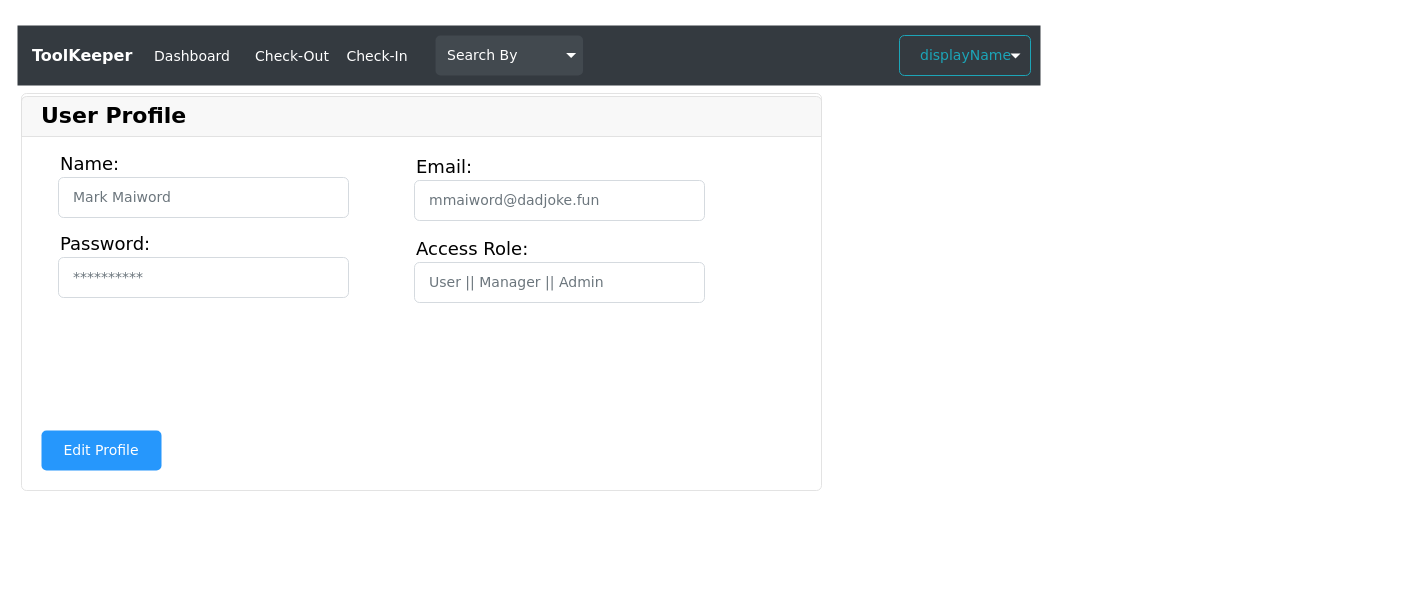
Earlier version of the draw.io diagram page "Profile" (8 of 10) of initialDesign.drawio (DaveLuhman/toolkeeper). Source tidied: cells renumbered, new cells numbered last; positions are measured from the earlier drawing's top-left corner, leaving out a move shared by most shapes. Both pictures are drawn from the tidied source at 100%, with x=0, y=0 at pixel (17, 25). Pictures stored in the file or linked from it are replaced by grey dashed boxes.
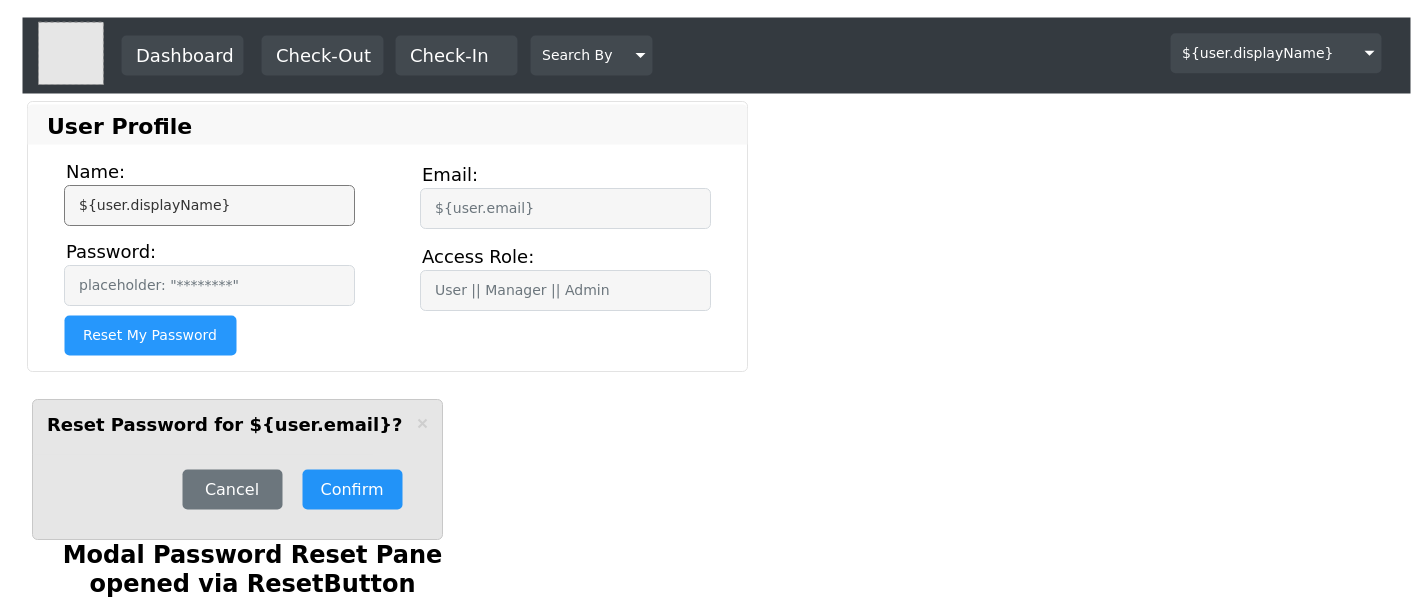
The same page after the edit.

The edit, as a diff of the source:
```diff
@@
-    <mxCell id="2" value="&lt;b&gt;ToolKeeper&lt;/b&gt;" style="html=1;shadow=0;dashed=0;fillColor=#343A40;strokeColor=none;fontSize=16;fontColor=#ffffff;align=left;spacing=15;fontFamily=Verdana;" parent="1" vertex="1">
-      <mxGeometry width="1023" height="60" as="geometry" />
-    </mxCell>
-    <mxCell id="3" value="Dashboard" style="fillColor=none;strokeColor=none;fontSize=14;fontColor=#ffffff;align=center;fontFamily=Verdana;" parent="2" vertex="1">
-      <mxGeometry width="70" height="40" relative="1" as="geometry">
-        <mxPoint x="140" y="10" as="offset" />
-      </mxGeometry>
-    </mxCell>
-    <mxCell id="4" value="Check-Out" style="fillColor=none;strokeColor=none;fontSize=14;fontColor=#ffffff;align=center;fontFamily=Verdana;" parent="2" vertex="1">
-      <mxGeometry width="70" height="40" relative="1" as="geometry">
-        <mxPoint x="240" y="10" as="offset" />
-      </mxGeometry>
-    </mxCell>
-    <mxCell id="5" value="Check-In" style="fillColor=none;strokeColor=none;fontSize=14;fontColor=#ffffff;align=center;spacingRight=0;fontFamily=Verdana;" parent="2" vertex="1">
-      <mxGeometry width="80" height="40" relative="1" as="geometry">
-        <mxPoint x="320" y="10" as="offset" />
-      </mxGeometry>
-    </mxCell>
-    <mxCell id="6" value="displayName" style="html=1;shadow=0;dashed=0;shape=mxgraph.bootstrap.rrect;rSize=5;fontSize=14;fontColor=#1CA5B8;strokeColor=#1CA5B8;fillColor=none;align=center;fontFamily=Verdana;" parent="2" vertex="1">
-      <mxGeometry x="1" width="131" height="40" relative="1" as="geometry">
-        <mxPoint x="-141" y="10" as="offset" />
-      </mxGeometry>
-    </mxCell>
-    <mxCell id="7" style="shape=triangle;direction=south;fillColor=#ffffff;strokeColor=none;perimeter=none;fontFamily=Verdana;" parent="2" vertex="1">
-      <mxGeometry x="1" y="0.5" width="10" height="5" relative="1" as="geometry">
-        <mxPoint x="-30" y="-2" as="offset" />
-      </mxGeometry>
-    </mxCell>
-    <mxCell id="8" value="Search By" style="html=1;shadow=0;dashed=0;shape=mxgraph.bootstrap.rrect;rSize=5;strokeColor=none;strokeWidth=1;fillColor=#6C767D;fontColor=#ffffff;whiteSpace=wrap;align=left;verticalAlign=middle;fontStyle=0;fontSize=14;spacingLeft=10;opacity=25;fontFamily=Verdana;" parent="2" vertex="1">
-      <mxGeometry x="418" y="10" width="147.6" height="40" as="geometry" />
-    </mxCell>
-    <mxCell id="9" style="shape=triangle;direction=south;fillColor=#ffffff;strokeColor=none;perimeter=none;fontFamily=Verdana;" parent="8" vertex="1">
-      <mxGeometry x="1" y="0.5" width="10" height="5" relative="1" as="geometry">
-        <mxPoint x="-17" y="-2.5" as="offset" />
-      </mxGeometry>
-    </mxCell>
+    <mxCell id="25" style="group;" parent="1" vertex="1">
+      <mxGeometry x="10" y="76" width="720" height="270" as="geometry" />
+    </mxCell>
-    <mxCell id="10" style="html=1;shadow=0;dashed=0;shape=mxgraph.bootstrap.rrect;rSize=5;strokeColor=#DFDFDF;html=1;whiteSpace=wrap;fillColor=#FFFFFF;fontColor=#000000;comic=0;sketch=0;fontFamily=Verdana;fontSize=18;opacity=85;" parent="1" vertex="1">
-      <mxGeometry x="4" y="68" width="800" height="397" as="geometry" />
+    <mxCell id="10" style="html=1;shadow=0;dashed=0;shape=mxgraph.bootstrap.rrect;rSize=5;strokeColor=#DFDFDF;html=1;whiteSpace=wrap;fillColor=#FFFFFF;fontColor=#000000;comic=0;sketch=0;fontFamily=Verdana;fontSize=18;opacity=85;" parent="25" vertex="1">
+      <mxGeometry width="720" height="270" as="geometry" />
     </mxCell>
-    <mxCell id="11" value="&lt;b&gt;&lt;font style=&quot;font-size: 22px&quot;&gt;User Profile&lt;/font&gt;&lt;/b&gt;" style="html=1;shadow=0;dashed=0;shape=mxgraph.bootstrap.topButton;strokeColor=inherit;fillColor=#F7F7F7;rSize=5;perimeter=none;whiteSpace=wrap;align=left;spacing=20;fontSize=14;comic=0;sketch=0;fontFamily=Verdana;fontColor=#000000;opacity=85;" parent="10" vertex="1">
-      <mxGeometry width="800" height="40" relative="1" as="geometry">
+    <mxCell id="11" value="&lt;b&gt;&lt;font style=&quot;font-size: 22px&quot;&gt;User Profile&lt;/font&gt;&lt;/b&gt;" style="html=1;shadow=0;dashed=0;shape=mxgraph.bootstrap.topButton;strokeColor=inherit;fillColor=#F7F7F7;rSize=5;perimeter=none;whiteSpace=wrap;align=left;spacing=20;fontSize=14;comic=0;sketch=0;fontFamily=Verdana;fontColor=#000000;opacity=85;" parent="25" vertex="1">
+      <mxGeometry y="3" width="720" height="40" as="geometry">
         <mxPoint y="3" as="offset" />
       </mxGeometry>
     </mxCell>
-    <mxCell id="12" value="Edit Profile" style="html=1;shadow=0;dashed=0;shape=mxgraph.bootstrap.rrect;rSize=5;perimeter=none;whiteSpace=wrap;fillColor=#0085FC;strokeColor=none;fontColor=#ffffff;fontSize=14;comic=0;sketch=0;fontFamily=Verdana;opacity=85;" parent="10" vertex="1">
-      <mxGeometry y="1" width="120" height="40" relative="1" as="geometry">
-        <mxPoint x="20" y="-60" as="offset" />
-      </mxGeometry>
-    </mxCell>
-    <mxCell id="13" style="group;" parent="10" vertex="1">
+    <mxCell id="13" style="group;" parent="25" vertex="1">
       <mxGeometry x="37" y="54" width="290" height="70" as="geometry" />
     </mxCell>
@@
-    <mxCell id="15" value="Mark Maiword" style="html=1;shadow=0;dashed=0;shape=mxgraph.bootstrap.rrect;rSize=5;fillColor=#ffffff;strokeColor=#CED4DA;align=left;spacing=15;fontSize=14;fontColor=#6C767D;comic=0;sketch=0;fontFamily=Verdana;opacity=85;" parent="13" vertex="1">
+    <mxCell id="15" value="${user.displayName}" style="html=1;shadow=0;dashed=0;shape=mxgraph.bootstrap.rrect;rSize=5;fillColor=#f5f5f5;strokeColor=#666666;align=left;spacing=15;fontSize=14;fontColor=#333333;comic=0;sketch=0;fontFamily=Verdana;opacity=85;" parent="13" vertex="1">
       <mxGeometry y="30" width="290" height="40" as="geometry" />
     </mxCell>
-    <mxCell id="16" style="group;" parent="10" vertex="1">
+    <mxCell id="16" style="group;" parent="25" vertex="1">
       <mxGeometry x="393" y="57" width="290" height="70" as="geometry" />
     </mxCell>
@@
-    <mxCell id="18" value="mmaiword@dadjoke.fun" style="html=1;shadow=0;dashed=0;shape=mxgraph.bootstrap.rrect;rSize=5;fillColor=#ffffff;strokeColor=#CED4DA;align=left;spacing=15;fontSize=14;fontColor=#6C767D;comic=0;sketch=0;fontFamily=Verdana;opacity=85;" parent="16" vertex="1">
+    <mxCell id="18" value="${user.email}" style="html=1;shadow=0;dashed=0;shape=mxgraph.bootstrap.rrect;rSize=5;fillColor=#F5F5F5;strokeColor=#CED4DA;align=left;spacing=15;fontSize=14;fontColor=#6C767D;comic=0;sketch=0;fontFamily=Verdana;opacity=85;" parent="16" vertex="1">
       <mxGeometry y="30" width="290" height="40" as="geometry" />
     </mxCell>
-    <mxCell id="19" style="group;" parent="10" vertex="1">
+    <mxCell id="19" style="group;" parent="25" vertex="1">
       <mxGeometry x="37" y="134" width="290" height="70" as="geometry" />
     </mxCell>
@@
-    <mxCell id="21" value="**********" style="html=1;shadow=0;dashed=0;shape=mxgraph.bootstrap.rrect;rSize=5;fillColor=#ffffff;strokeColor=#CED4DA;align=left;spacing=15;fontSize=14;fontColor=#6C767D;comic=0;sketch=0;fontFamily=Verdana;opacity=85;" parent="19" vertex="1">
+    <mxCell id="21" value="placeholder: &quot;********&quot;" style="html=1;shadow=0;dashed=0;shape=mxgraph.bootstrap.rrect;rSize=5;fillColor=#F5F5F5;strokeColor=#CED4DA;align=left;spacing=15;fontSize=14;fontColor=#6C767D;comic=0;sketch=0;fontFamily=Verdana;opacity=85;" parent="19" vertex="1">
       <mxGeometry y="30" width="290" height="40" as="geometry" />
     </mxCell>
-    <mxCell id="22" style="group;" parent="10" vertex="1">
+    <mxCell id="22" style="group;" parent="25" vertex="1">
       <mxGeometry x="393" y="139" width="290" height="70" as="geometry" />
     </mxCell>
@@
-    <mxCell id="24" value="User || Manager || Admin" style="html=1;shadow=0;dashed=0;shape=mxgraph.bootstrap.rrect;rSize=5;fillColor=#ffffff;strokeColor=#CED4DA;align=left;spacing=15;fontSize=14;fontColor=#6C767D;comic=0;sketch=0;fontFamily=Verdana;opacity=85;" parent="22" vertex="1">
+    <mxCell id="24" value="User || Manager || Admin" style="html=1;shadow=0;dashed=0;shape=mxgraph.bootstrap.rrect;rSize=5;fillColor=#F5F5F5;strokeColor=#CED4DA;align=left;spacing=15;fontSize=14;fontColor=#6C767D;comic=0;sketch=0;fontFamily=Verdana;opacity=85;" parent="22" vertex="1">
       <mxGeometry y="30" width="290" height="40" as="geometry" />
     </mxCell>
+    <mxCell id="26" value="Reset My Password" style="html=1;shadow=0;dashed=0;shape=mxgraph.bootstrap.rrect;rSize=5;perimeter=none;whiteSpace=wrap;fillColor=#0085FC;strokeColor=none;fontColor=#ffffff;fontSize=14;comic=0;sketch=0;fontFamily=Verdana;opacity=85;" parent="25" vertex="1">
+      <mxGeometry x="37" y="214" width="172" height="40" as="geometry" />
+    </mxCell>
+    <mxCell id="27" value="&lt;span&gt;Reset Password for ${user.email}?&lt;/span&gt;" style="html=1;shadow=0;dashed=0;shape=mxgraph.bootstrap.rrect;rSize=5;html=1;strokeColor=#C8C8C8;fillColor=#E6E6E6;whiteSpace=wrap;verticalAlign=top;align=left;fontSize=18;spacing=15;spacingTop=-5;fontColor=#000000;fontStyle=1;fontFamily=Verdana;" parent="1" vertex="1">
+      <mxGeometry x="15" y="374" width="410" height="140" as="geometry" />
+    </mxCell>
+    <mxCell id="28" style="shape=line;strokeColor=#dddddd;fontColor=#000000;opacity=25;fontFamily=Verdana;" parent="27" vertex="1">
+      <mxGeometry width="339.84" height="10" relative="1" as="geometry">
+        <mxPoint y="50" as="offset" />
+      </mxGeometry>
+    </mxCell>
+    <mxCell id="29" style="html=1;shadow=0;dashed=0;shape=mxgraph.bootstrap.x;strokeColor=#868686;strokeWidth=2;fontColor=#000000;opacity=25;fontFamily=Verdana;" parent="27" vertex="1">
+      <mxGeometry x="1" width="8" height="8" relative="1" as="geometry">
+        <mxPoint x="-24" y="20" as="offset" />
+      </mxGeometry>
+    </mxCell>
+    <mxCell id="30" value="&lt;font style=&quot;font-size: 16px&quot;&gt;Confirm&lt;/font&gt;" style="html=1;shadow=0;dashed=0;shape=mxgraph.bootstrap.rrect;rSize=5;perimeter=none;whiteSpace=wrap;fillColor=#0085FC;strokeColor=none;fontColor=#ffffff;fontSize=14;comic=0;sketch=0;fontFamily=Verdana;opacity=85;" parent="27" vertex="1">
+      <mxGeometry x="270" y="70" width="100" height="40" as="geometry" />
+    </mxCell>
+    <mxCell id="31" value="Cancel" style="html=1;shadow=0;dashed=0;shape=mxgraph.bootstrap.rrect;rSize=5;strokeColor=none;strokeWidth=1;fillColor=#6C767D;fontColor=#FFFFFF;whiteSpace=wrap;align=center;verticalAlign=middle;spacingLeft=0;fontStyle=0;fontSize=16;spacing=5;labelBackgroundColor=none;comic=0;sketch=0;fontFamily=Verdana;" parent="27" vertex="1">
+      <mxGeometry x="150" y="70" width="100" height="40" as="geometry" />
+    </mxCell>
+    <mxCell id="32" value="&lt;font color=&quot;#000000&quot;&gt;Modal Password Reset Pane&lt;br&gt;opened via ResetButton&lt;br&gt;&lt;/font&gt;" style="text;strokeColor=none;fillColor=none;html=1;fontSize=24;fontStyle=1;verticalAlign=middle;align=center;fontColor=#B3B3B3;opacity=10;fontFamily=Verdana;" parent="1" vertex="1">
+      <mxGeometry x="185" y="524" width="100" height="40" as="geometry" />
+    </mxCell>
+    <mxCell id="33" style="group;" parent="1" vertex="1">
+      <mxGeometry x="5" y="-8" width="1388" height="76" as="geometry" />
+    </mxCell>
+    <mxCell id="34" style="html=1;shadow=0;dashed=0;fillColor=#343A40;strokeColor=none;fontSize=16;fontColor=#ffffff;align=left;spacing=15;fontFamily=Verdana;" parent="33" vertex="1">
+      <mxGeometry width="1388" height="76" as="geometry" />
+    </mxCell>
+    <mxCell id="8" value="Search By" style="html=1;shadow=0;dashed=0;shape=mxgraph.bootstrap.rrect;rSize=5;strokeColor=none;strokeWidth=1;fillColor=#6C767D;fontColor=#ffffff;whiteSpace=wrap;align=left;verticalAlign=middle;fontStyle=0;fontSize=14;spacingLeft=10;opacity=25;fontFamily=Verdana;" parent="33" vertex="1">
+      <mxGeometry x="508" y="18" width="122" height="40" as="geometry" />
+    </mxCell>
+    <mxCell id="35" style="shape=triangle;direction=south;fillColor=#ffffff;strokeColor=none;perimeter=none;fontFamily=Verdana;" parent="8" vertex="1">
+      <mxGeometry x="1" y="0.5" width="10" height="5" relative="1" as="geometry">
+        <mxPoint x="-17" y="-2.5" as="offset" />
+      </mxGeometry>
+    </mxCell>
+    <mxCell id="36" style="fillColor=#E6E6E6;strokeColor=#999999;dashed=1;verticalLabelPosition=bottom;labelBackgroundColor=#ffffff;verticalAlign=top;" parent="33" vertex="1">
+      <mxGeometry x="16" y="4.7" width="64.9" height="62.3" as="geometry" />
+    </mxCell>
+    <mxCell id="3" value="&lt;font style=&quot;font-size: 18px&quot;&gt;Dashboard&lt;/font&gt;" style="html=1;shadow=0;dashed=0;shape=mxgraph.bootstrap.rrect;rSize=5;strokeColor=none;strokeWidth=1;fillColor=#6C767D;fontColor=#ffffff;whiteSpace=wrap;align=left;verticalAlign=middle;spacingLeft=10;fontStyle=0;fontSize=14;spacing=5;labelBackgroundColor=none;comic=0;sketch=0;fontFamily=Verdana;opacity=25;" parent="33" vertex="1">
+      <mxGeometry x="99" y="18" width="122" height="40" as="geometry" />
+    </mxCell>
+    <mxCell id="4" value="&lt;font style=&quot;font-size: 18px&quot;&gt;Check-Out&lt;/font&gt;" style="html=1;shadow=0;dashed=0;shape=mxgraph.bootstrap.rrect;rSize=5;strokeColor=none;strokeWidth=1;fillColor=#6C767D;fontColor=#ffffff;whiteSpace=wrap;align=left;verticalAlign=middle;spacingLeft=10;fontStyle=0;fontSize=14;spacing=5;labelBackgroundColor=none;comic=0;sketch=0;fontFamily=Verdana;opacity=25;" parent="33" vertex="1">
+      <mxGeometry x="239" y="18" width="122" height="40" as="geometry" />
+    </mxCell>
+    <mxCell id="5" value="&lt;font style=&quot;font-size: 18px&quot;&gt;Check-In&lt;/font&gt;" style="html=1;shadow=0;dashed=0;shape=mxgraph.bootstrap.rrect;rSize=5;strokeColor=none;strokeWidth=1;fillColor=#6C767D;fontColor=#ffffff;whiteSpace=wrap;align=left;verticalAlign=middle;spacingLeft=10;fontStyle=0;fontSize=14;spacing=5;labelBackgroundColor=none;comic=0;sketch=0;fontFamily=Verdana;opacity=25;" parent="33" vertex="1">
+      <mxGeometry x="373" y="18" width="122" height="40" as="geometry" />
+    </mxCell>
+    <mxCell id="37" value="${user.displayName}" style="html=1;shadow=0;dashed=0;shape=mxgraph.bootstrap.rrect;rSize=5;strokeColor=none;strokeWidth=1;fillColor=#6C767D;fontColor=#ffffff;whiteSpace=wrap;align=left;verticalAlign=middle;fontStyle=0;fontSize=14;spacingLeft=10;opacity=25;fontFamily=Verdana;" parent="33" vertex="1">
+      <mxGeometry x="1148" y="15.8" width="211" height="40" as="geometry" />
+    </mxCell>
+    <mxCell id="38" style="shape=triangle;direction=south;fillColor=#ffffff;strokeColor=none;perimeter=none;fontFamily=Verdana;" parent="37" vertex="1">
+      <mxGeometry x="1" y="0.5" width="10" height="5" relative="1" as="geometry">
+        <mxPoint x="-17" y="-2.5" as="offset" />
+      </mxGeometry>
+    </mxCell>
```
